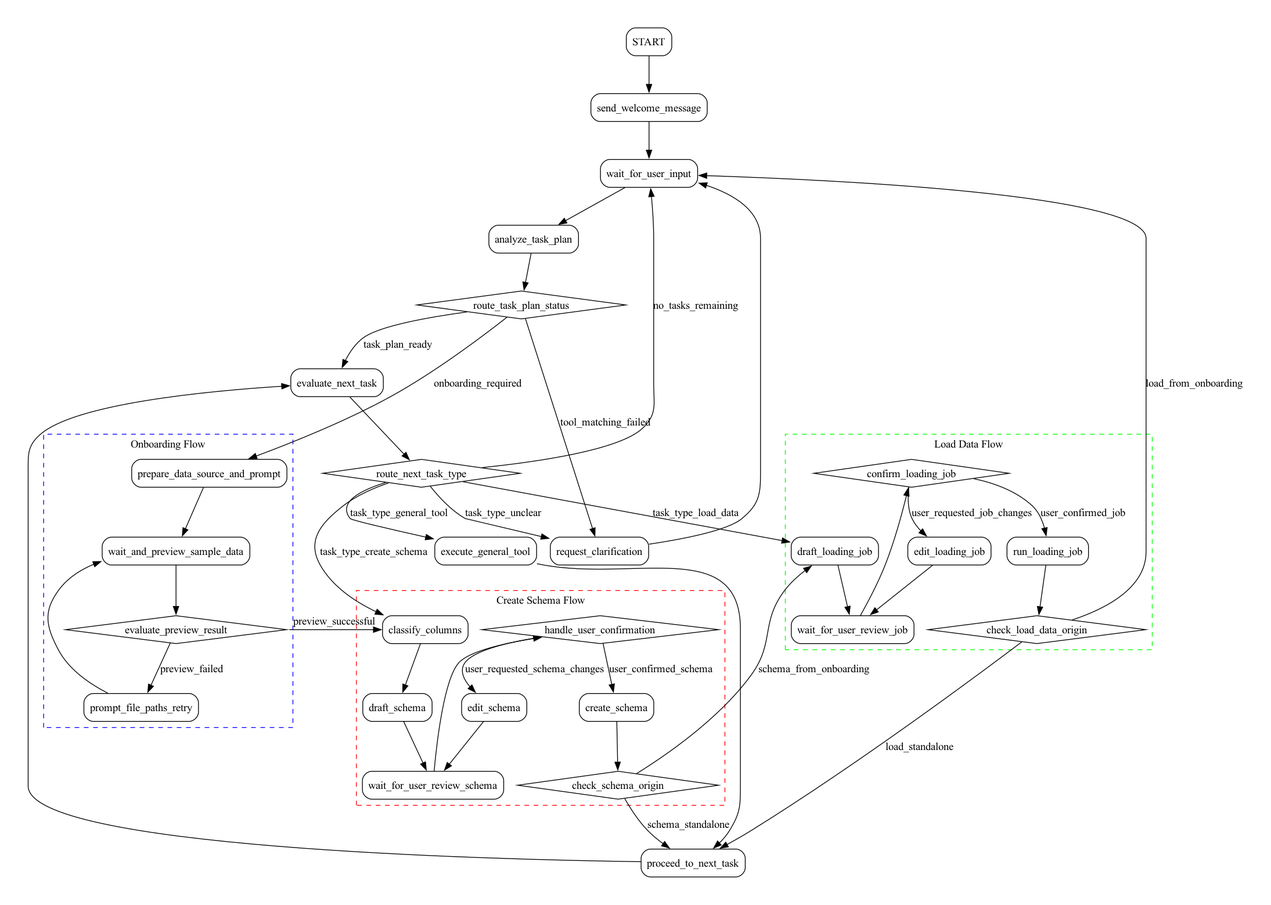
This is examples/chatbot_langgraph/resources/workflow/workflow.png from TigerGraph-DevLabs/tigergraph-mcp, a Graphviz export, as it was before one commit. Its source is kept beside it as examples/chatbot_langgraph/resources/workflow/workflow.dot.
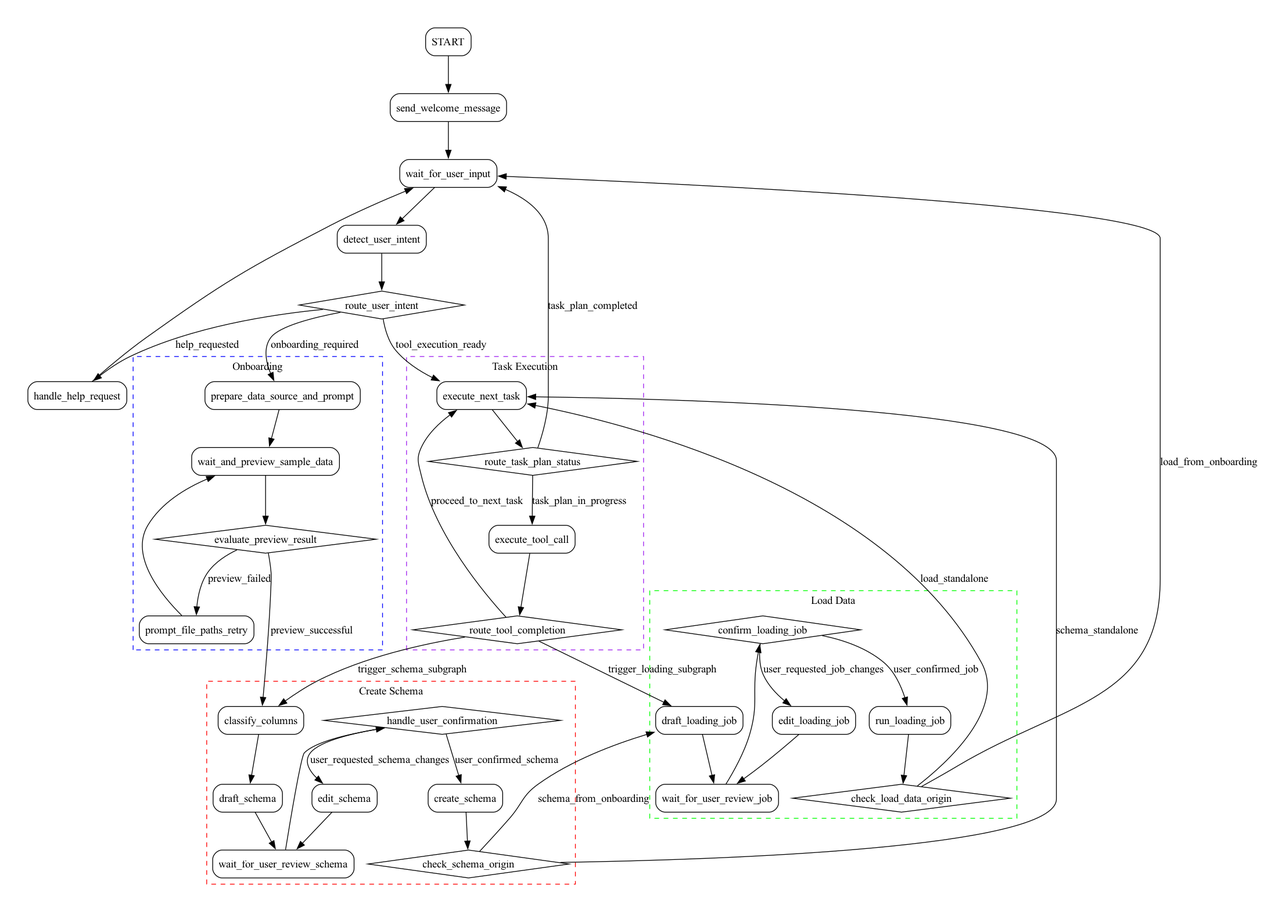
Later version of the same file.

The edit, as a diff of the source:
```diff
@@ -6,21 +6,32 @@
     node [shape=box, style=rounded];
     START;
     send_welcome_message;
-    analyze_task_plan;
-    evaluate_next_task;
-    execute_general_tool;
-    proceed_to_next_task;
+    detect_user_intent;
     wait_for_user_input;
-    request_clarification;
+    handle_help_request;
 
     node [shape=diamond, style=""];
-    route_task_plan_status;
-    route_next_task_type;
+    route_user_intent;
     check_schema_origin;
     check_load_data_origin;
 
+    subgraph cluster_task_execution {
+        label = "Task Execution";
+        style = dashed;
+        color = purple;
+        rank = same;
+
+        node [shape=box, style=rounded];
+        execute_next_task;
+        execute_tool_call;
+
+        node [shape=diamond, style=""];
+        route_task_plan_status;
+        route_tool_completion;
+    }
+
     subgraph cluster_create_schema {
-        label = "Create Schema Flow";
+        label = "Create Schema";
         style = dashed;
         color = red;
         rank = same;
@@ -45,7 +56,7 @@
     }
 
     subgraph cluster_load_data {
-        label = "Load Data Flow";
+        label = "Load Data";
         style = dashed;
         color = green;
         rank = same;
@@ -68,10 +79,22 @@
     }
 
     check_load_data_origin -> wait_for_user_input [label="load_from_onboarding"];
-    check_load_data_origin -> proceed_to_next_task [label="load_standalone"];
+    check_load_data_origin -> execute_next_task [label="load_standalone"];
+    check_schema_origin -> draft_loading_job [label="schema_from_onboarding"];
+    check_schema_origin -> execute_next_task [label="schema_standalone"];
+
+    execute_next_task -> route_task_plan_status;
+    route_task_plan_status -> execute_tool_call [label="task_plan_in_progress"];
+    route_task_plan_status -> wait_for_user_input [label="task_plan_completed"];
+
+    execute_tool_call -> route_tool_completion;
+
+    route_tool_completion -> classify_columns [label="trigger_schema_subgraph"];
+    route_tool_completion -> draft_loading_job [label="trigger_loading_subgraph"];
+    route_tool_completion -> execute_next_task [label="proceed_to_next_task"];
 
     subgraph cluster_onboarding {
-        label = "Onboarding Flow";
+        label = "Onboarding";
         style = dashed;
         color = blue;
         rank = same;
@@ -99,33 +122,20 @@
 
     START -> send_welcome_message;
     send_welcome_message -> wait_for_user_input;
-    wait_for_user_input -> analyze_task_plan;
-    analyze_task_plan -> route_task_plan_status;
+    wait_for_user_input -> detect_user_intent;
+    detect_user_intent -> route_user_intent;
 
-    route_task_plan_status -> request_clarification [label="tool_matching_failed"];
-    route_task_plan_status -> prepare_data_source_and_prompt [label="onboarding_required"];
-    route_task_plan_status -> evaluate_next_task [label="task_plan_ready"];
+    route_user_intent -> handle_help_request [label="help_requested"];
+    route_user_intent -> prepare_data_source_and_prompt [label="onboarding_required"];
+    route_user_intent -> execute_next_task [label="tool_execution_ready"];
 
-    evaluate_next_task -> route_next_task_type;
+    handle_help_request -> wait_for_user_input;
 
-    request_clarification -> wait_for_user_input;
-
-    route_next_task_type -> wait_for_user_input [label="no_tasks_remaining"];
-    route_next_task_type -> execute_general_tool [label="task_type_general_tool"];
-    route_next_task_type -> classify_columns [label="task_type_create_schema"];
-    route_next_task_type -> draft_loading_job [label="task_type_load_data"];
-    route_next_task_type -> request_clarification [label="task_type_unclear"];
-
-    execute_general_tool -> proceed_to_next_task;
-    check_schema_origin -> draft_loading_job [label="schema_from_onboarding"];
-    check_schema_origin -> proceed_to_next_task [label="schema_standalone"];
-
-    proceed_to_next_task -> evaluate_next_task;
-
-    wait_for_user_input -> route_task_plan_status [style=invis];
-    wait_for_user_input -> evaluate_next_task [style=invis];
-    evaluate_next_task -> prepare_data_source_and_prompt [style=invis];
-    execute_general_tool -> prepare_data_source_and_prompt [style=invis];
-    execute_general_tool -> classify_columns [style=invis];
-    prepare_data_source_and_prompt -> classify_columns [style=invis];
+    wait_for_user_input -> route_user_intent [style=invis];
+    route_user_intent -> execute_next_task [style=invis];
+    route_user_intent -> prepare_data_source_and_prompt [style=invis];
+    prompt_file_paths_retry -> classify_columns [style=invis];
+    prepare_data_source_and_prompt -> route_tool_completion [style=invis];
+    route_tool_completion -> handle_user_confirmation [style=invis];
+    route_tool_completion -> draft_loading_job [style=invis];
 }
```
